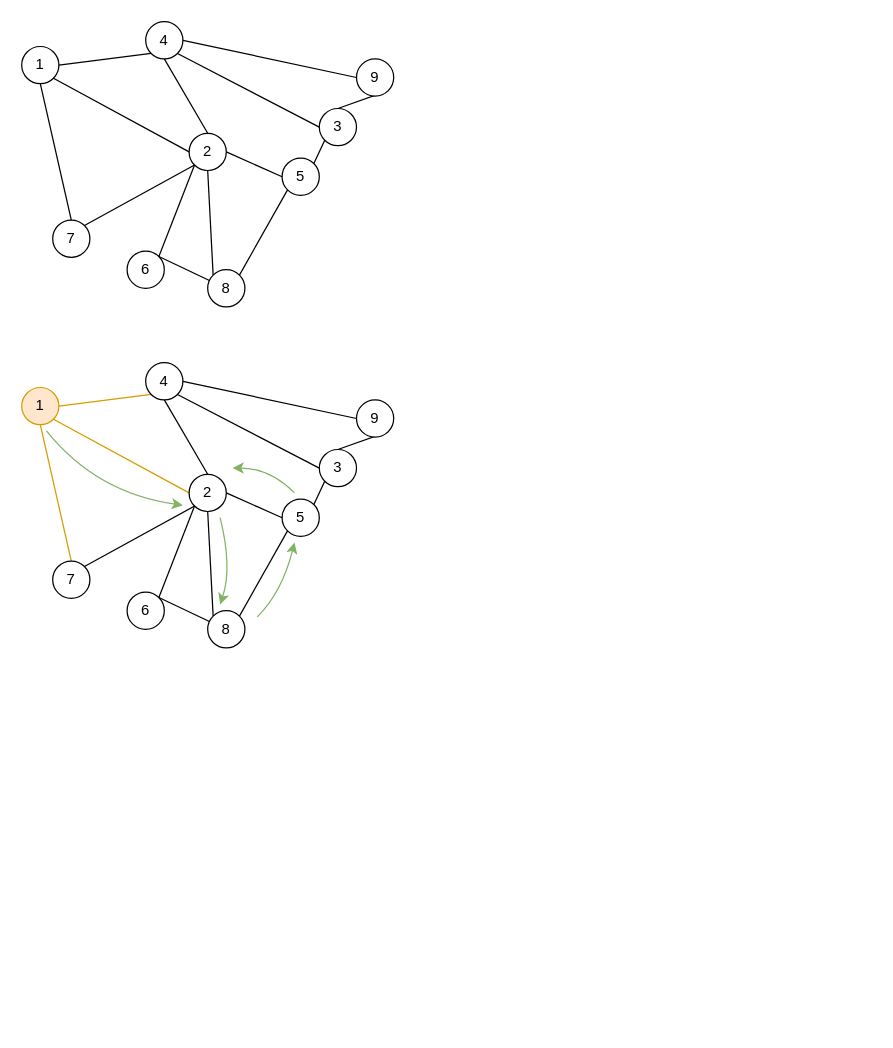
This is 未命名表单.drawio from zjtone/RL-Note, a draw.io file, before an edit. Source tidied: cells renumbered, new cells numbered last; positions are measured from the earlier drawing's top-left corner, leaving out a move shared by most shapes. Both pictures are drawn from the tidied source at 124%, with x=0, y=0 at pixel (21, 21).
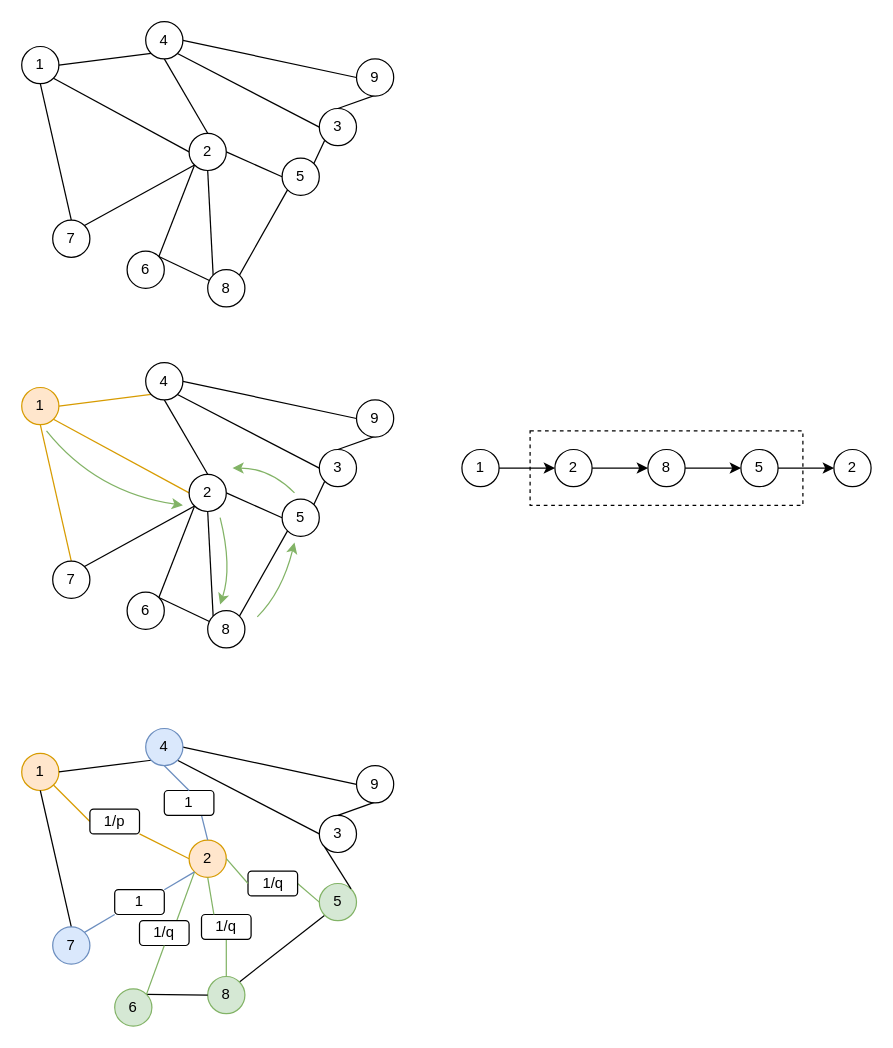
The same diagram, later.

Commit message:
更新未命名表单.drawio

Diff of the diagram source:
```diff
@@
+    <mxCell id="52" value="1" style="ellipse;whiteSpace=wrap;html=1;" parent="1" vertex="1">
+      <mxGeometry x="355" y="345" width="30" height="30" as="geometry" />
+    </mxCell>
+    <mxCell id="53" style="edgeStyle=none;rounded=0;jettySize=auto;html=1;exitX=0;exitY=0.5;exitDx=0;exitDy=0;entryX=1;entryY=0.5;entryDx=0;entryDy=0;endArrow=none;endFill=0;startArrow=classic;startFill=1;" parent="1" edge="1" source="54" target="58">
+      <mxGeometry relative="1" as="geometry" />
+    </mxCell>
+    <mxCell id="54" value="5" style="ellipse;whiteSpace=wrap;html=1;" parent="1" vertex="1">
+      <mxGeometry x="580" y="345" width="30" height="30" as="geometry" />
+    </mxCell>
+    <mxCell id="55" style="rounded=0;jettySize=auto;html=1;entryX=1;entryY=0.5;entryDx=0;entryDy=0;endArrow=none;endFill=0;exitX=0;exitY=0.5;exitDx=0;exitDy=0;startArrow=classic;startFill=1;" parent="1" edge="1" source="57" target="52">
+      <mxGeometry relative="1" as="geometry" />
+    </mxCell>
+    <mxCell id="56" style="edgeStyle=none;rounded=0;jettySize=auto;html=1;exitX=1;exitY=0.5;exitDx=0;exitDy=0;endArrow=classic;endFill=1;entryX=0;entryY=0.5;entryDx=0;entryDy=0;startArrow=none;startFill=0;" parent="1" edge="1" source="57" target="58">
+      <mxGeometry relative="1" as="geometry" />
+    </mxCell>
+    <mxCell id="57" value="2" style="ellipse;whiteSpace=wrap;html=1;" parent="1" vertex="1">
+      <mxGeometry x="430" y="345" width="30" height="30" as="geometry" />
+    </mxCell>
+    <mxCell id="58" value="8" style="ellipse;whiteSpace=wrap;html=1;" parent="1" vertex="1">
+      <mxGeometry x="505" y="345" width="30" height="30" as="geometry" />
+    </mxCell>
+    <mxCell id="59" style="rounded=0;jettySize=auto;html=1;endArrow=none;endFill=0;exitX=0;exitY=0.5;exitDx=0;exitDy=0;entryX=1;entryY=0.5;entryDx=0;entryDy=0;startArrow=classic;startFill=1;" parent="1" edge="1" source="60" target="54">
+      <mxGeometry relative="1" as="geometry" />
+    </mxCell>
+    <mxCell id="60" value="2" style="ellipse;whiteSpace=wrap;html=1;" parent="1" vertex="1">
+      <mxGeometry x="655" y="345" width="30" height="30" as="geometry" />
+    </mxCell>
+    <mxCell id="61" style="rounded=0;whiteSpace=wrap;html=1;fillColor=none;dashed=1;" parent="1" vertex="1">
+      <mxGeometry x="410" y="330" width="220" height="60" as="geometry" />
+    </mxCell>
+    <mxCell id="62" value="1" style="ellipse;whiteSpace=wrap;html=1;fillColor=#ffe6cc;strokeColor=#d79b00;" parent="1" vertex="1">
+      <mxGeometry y="590" width="30" height="30" as="geometry" />
+    </mxCell>
+    <mxCell id="63" style="edgeStyle=none;rounded=0;jettySize=auto;html=1;exitX=0;exitY=1;exitDx=0;exitDy=0;entryX=1;entryY=0;entryDx=0;entryDy=0;endArrow=none;endFill=0;" parent="1" edge="1" source="64" target="77">
+      <mxGeometry relative="1" as="geometry" />
+    </mxCell>
+    <mxCell id="64" value="5" style="ellipse;whiteSpace=wrap;html=1;fillColor=#d5e8d4;strokeColor=#82b366;" parent="1" vertex="1">
+      <mxGeometry x="240" y="695" width="30" height="30" as="geometry" />
+    </mxCell>
+    <mxCell id="65" style="edgeStyle=none;rounded=0;jettySize=auto;html=1;exitX=0.5;exitY=0;exitDx=0;exitDy=0;entryX=0.5;entryY=1;entryDx=0;entryDy=0;endArrow=none;endFill=0;" parent="1" edge="1" source="66" target="62">
+      <mxGeometry relative="1" as="geometry" />
+    </mxCell>
+    <mxCell id="66" value="7" style="ellipse;whiteSpace=wrap;html=1;fillColor=#dae8fc;strokeColor=#6c8ebf;" parent="1" vertex="1">
+      <mxGeometry x="25" y="730" width="30" height="30" as="geometry" />
+    </mxCell>
+    <mxCell id="67" style="rounded=0;jettySize=auto;html=1;entryX=1;entryY=1;entryDx=0;entryDy=0;endArrow=none;endFill=0;exitX=0;exitY=0.5;exitDx=0;exitDy=0;fillColor=#ffe6cc;strokeColor=#d79b00;" parent="1" edge="1" source="85" target="62">
+      <mxGeometry relative="1" as="geometry" />
+    </mxCell>
+    <mxCell id="68" style="edgeStyle=none;rounded=0;jettySize=auto;html=1;exitX=1;exitY=0.5;exitDx=0;exitDy=0;entryX=0;entryY=0.5;entryDx=0;entryDy=0;endArrow=none;endFill=0;fillColor=#d5e8d4;strokeColor=#82b366;" parent="1" edge="1" source="89" target="64">
+      <mxGeometry relative="1" as="geometry" />
+    </mxCell>
+    <mxCell id="69" style="edgeStyle=none;rounded=0;jettySize=auto;html=1;exitX=0.5;exitY=1;exitDx=0;exitDy=0;entryX=0.5;entryY=0;entryDx=0;entryDy=0;endArrow=none;endFill=0;fillColor=#d5e8d4;strokeColor=#82b366;" parent="1" edge="1" source="93" target="77">
+      <mxGeometry relative="1" as="geometry" />
+    </mxCell>
+    <mxCell id="70" style="edgeStyle=none;rounded=0;jettySize=auto;html=1;exitX=0;exitY=1;exitDx=0;exitDy=0;entryX=1;entryY=0;entryDx=0;entryDy=0;endArrow=none;endFill=0;fillColor=#dae8fc;strokeColor=#6c8ebf;" parent="1" edge="1" source="91" target="66">
+      <mxGeometry relative="1" as="geometry" />
+    </mxCell>
+    <mxCell id="71" value="2" style="ellipse;whiteSpace=wrap;html=1;fillColor=#ffe6cc;strokeColor=#d79b00;" parent="1" vertex="1">
+      <mxGeometry x="135" y="660" width="30" height="30" as="geometry" />
+    </mxCell>
+    <mxCell id="72" style="edgeStyle=none;rounded=0;jettySize=auto;html=1;exitX=0;exitY=1;exitDx=0;exitDy=0;entryX=1;entryY=0.5;entryDx=0;entryDy=0;endArrow=none;endFill=0;" parent="1" edge="1" source="76" target="62">
+      <mxGeometry relative="1" as="geometry" />
+    </mxCell>
+    <mxCell id="73" style="edgeStyle=none;rounded=0;jettySize=auto;html=1;exitX=1;exitY=1;exitDx=0;exitDy=0;entryX=0;entryY=0.5;entryDx=0;entryDy=0;endArrow=none;endFill=0;" parent="1" edge="1" source="76" target="81">
+      <mxGeometry relative="1" as="geometry" />
+    </mxCell>
+    <mxCell id="74" style="edgeStyle=none;rounded=0;jettySize=auto;html=1;exitX=1;exitY=0.5;exitDx=0;exitDy=0;entryX=0;entryY=0.5;entryDx=0;entryDy=0;endArrow=none;endFill=0;" parent="1" edge="1" source="76" target="79">
+      <mxGeometry relative="1" as="geometry" />
+    </mxCell>
+    <mxCell id="75" style="edgeStyle=none;rounded=0;jettySize=auto;html=1;exitX=0.75;exitY=1;exitDx=0;exitDy=0;entryX=0.5;entryY=0;entryDx=0;entryDy=0;endArrow=none;endFill=0;fillColor=#dae8fc;strokeColor=#6c8ebf;" parent="1" edge="1" source="87" target="71">
+      <mxGeometry relative="1" as="geometry" />
+    </mxCell>
+    <mxCell id="76" value="4" style="ellipse;whiteSpace=wrap;html=1;fillColor=#dae8fc;strokeColor=#6c8ebf;" parent="1" vertex="1">
+      <mxGeometry x="100" y="570" width="30" height="30" as="geometry" />
+    </mxCell>
+    <mxCell id="77" value="8" style="ellipse;whiteSpace=wrap;html=1;fillColor=#d5e8d4;strokeColor=#82b366;" parent="1" vertex="1">
+      <mxGeometry x="150" y="770" width="30" height="30" as="geometry" />
+    </mxCell>
+    <mxCell id="78" style="edgeStyle=none;rounded=0;jettySize=auto;html=1;exitX=1;exitY=1;exitDx=0;exitDy=0;endArrow=none;endFill=0;entryX=0.5;entryY=0;entryDx=0;entryDy=0;" parent="1" edge="1" source="79" target="81">
+      <mxGeometry relative="1" as="geometry" />
+    </mxCell>
+    <mxCell id="79" value="9" style="ellipse;whiteSpace=wrap;html=1;" parent="1" vertex="1">
+      <mxGeometry x="270" y="600" width="30" height="30" as="geometry" />
+    </mxCell>
+    <mxCell id="80" style="edgeStyle=none;rounded=0;jettySize=auto;html=1;exitX=0;exitY=1;exitDx=0;exitDy=0;entryX=1;entryY=0;entryDx=0;entryDy=0;endArrow=none;endFill=0;" parent="1" edge="1" source="81" target="64">
+      <mxGeometry relative="1" as="geometry" />
+    </mxCell>
+    <mxCell id="81" value="3" style="ellipse;whiteSpace=wrap;html=1;" parent="1" vertex="1">
+      <mxGeometry x="240" y="640" width="30" height="30" as="geometry" />
+    </mxCell>
+    <mxCell id="82" style="edgeStyle=none;rounded=0;jettySize=auto;html=1;exitX=1;exitY=0;exitDx=0;exitDy=0;endArrow=none;endFill=0;" parent="1" edge="1" source="84" target="77">
+      <mxGeometry relative="1" as="geometry" />
+    </mxCell>
+    <mxCell id="83" style="edgeStyle=none;rounded=0;jettySize=auto;html=1;exitX=0.75;exitY=0;exitDx=0;exitDy=0;entryX=0;entryY=1;entryDx=0;entryDy=0;endArrow=none;endFill=0;fillColor=#d5e8d4;strokeColor=#82b366;" parent="1" edge="1" source="95" target="71">
+      <mxGeometry relative="1" as="geometry" />
+    </mxCell>
+    <mxCell id="84" value="6" style="ellipse;whiteSpace=wrap;html=1;fillColor=#d5e8d4;strokeColor=#82b366;" parent="1" vertex="1">
+      <mxGeometry x="75" y="780" width="30" height="30" as="geometry" />
+    </mxCell>
+    <mxCell id="85" value="1/p" style="text;html=1;strokeColor=#000000;fillColor=none;align=center;verticalAlign=middle;whiteSpace=wrap;rounded=1;" parent="1" vertex="1">
+      <mxGeometry x="55" y="635" width="40" height="20" as="geometry" />
+    </mxCell>
+    <mxCell id="86" style="rounded=0;jettySize=auto;html=1;entryX=1;entryY=1;entryDx=0;entryDy=0;endArrow=none;endFill=0;exitX=0;exitY=0.5;exitDx=0;exitDy=0;fillColor=#ffe6cc;strokeColor=#d79b00;" parent="1" edge="1" source="71" target="85">
+      <mxGeometry relative="1" as="geometry" />
+    </mxCell>
+    <mxCell id="87" value="1" style="text;html=1;strokeColor=#000000;fillColor=none;align=center;verticalAlign=middle;whiteSpace=wrap;rounded=1;" parent="1" vertex="1">
+      <mxGeometry x="115" y="620" width="40" height="20" as="geometry" />
+    </mxCell>
+    <mxCell id="88" style="edgeStyle=none;rounded=0;jettySize=auto;html=1;exitX=0.5;exitY=1;exitDx=0;exitDy=0;endArrow=none;endFill=0;fillColor=#dae8fc;strokeColor=#6c8ebf;" parent="1" edge="1" source="76">
+      <mxGeometry relative="1" as="geometry">
+        <mxPoint x="135" y="620" as="targetPoint" />
+      </mxGeometry>
+    </mxCell>
+    <mxCell id="89" value="1/q" style="text;html=1;strokeColor=#000000;fillColor=none;align=center;verticalAlign=middle;whiteSpace=wrap;rounded=1;" parent="1" vertex="1">
+      <mxGeometry x="182.5" y="685" width="40" height="20" as="geometry" />
+    </mxCell>
+    <mxCell id="90" style="edgeStyle=none;rounded=0;jettySize=auto;html=1;exitX=1;exitY=0.5;exitDx=0;exitDy=0;entryX=0;entryY=0.5;entryDx=0;entryDy=0;endArrow=none;endFill=0;fillColor=#d5e8d4;strokeColor=#82b366;" parent="1" edge="1" source="71" target="89">
+      <mxGeometry relative="1" as="geometry" />
+    </mxCell>
+    <mxCell id="91" value="1" style="text;html=1;strokeColor=#000000;fillColor=none;align=center;verticalAlign=middle;whiteSpace=wrap;rounded=1;" parent="1" vertex="1">
+      <mxGeometry x="75" y="700" width="40" height="20" as="geometry" />
+    </mxCell>
+    <mxCell id="92" style="edgeStyle=none;rounded=0;jettySize=auto;html=1;exitX=0;exitY=1;exitDx=0;exitDy=0;entryX=1;entryY=0;entryDx=0;entryDy=0;endArrow=none;endFill=0;fillColor=#dae8fc;strokeColor=#6c8ebf;" parent="1" edge="1" source="71" target="91">
+      <mxGeometry relative="1" as="geometry" />
+    </mxCell>
+    <mxCell id="93" value="1/q" style="text;html=1;strokeColor=#000000;fillColor=none;align=center;verticalAlign=middle;whiteSpace=wrap;rounded=1;" parent="1" vertex="1">
+      <mxGeometry x="145" y="720" width="40" height="20" as="geometry" />
+    </mxCell>
+    <mxCell id="94" style="edgeStyle=none;rounded=0;jettySize=auto;html=1;exitX=0.5;exitY=1;exitDx=0;exitDy=0;entryX=0.25;entryY=0;entryDx=0;entryDy=0;endArrow=none;endFill=0;fillColor=#d5e8d4;strokeColor=#82b366;" parent="1" edge="1" source="71" target="93">
+      <mxGeometry relative="1" as="geometry" />
+    </mxCell>
+    <mxCell id="95" value="1/q" style="text;html=1;strokeColor=#000000;fillColor=none;align=center;verticalAlign=middle;whiteSpace=wrap;rounded=1;" parent="1" vertex="1">
+      <mxGeometry x="95" y="725" width="40" height="20" as="geometry" />
+    </mxCell>
+    <mxCell id="96" style="edgeStyle=none;rounded=0;jettySize=auto;html=1;exitX=1;exitY=0;exitDx=0;exitDy=0;entryX=0.5;entryY=1;entryDx=0;entryDy=0;endArrow=none;endFill=0;fillColor=#d5e8d4;strokeColor=#82b366;" parent="1" edge="1" source="84" target="95">
+      <mxGeometry relative="1" as="geometry" />
+    </mxCell>
```
